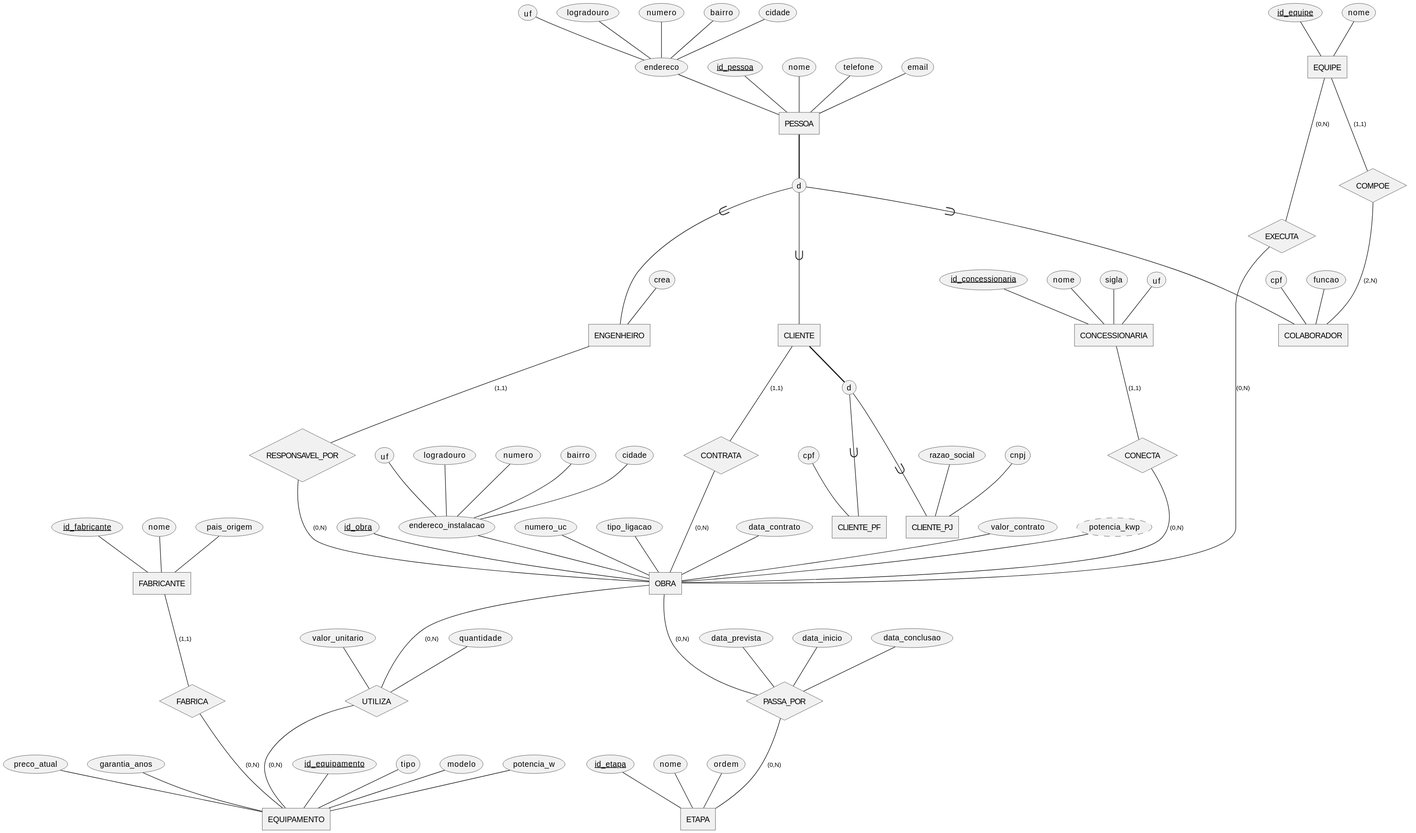
Above: documentacao/modelo_conceitual.svg in christianoeds/gestao_fotovoltaica (PlantUML), before the change.
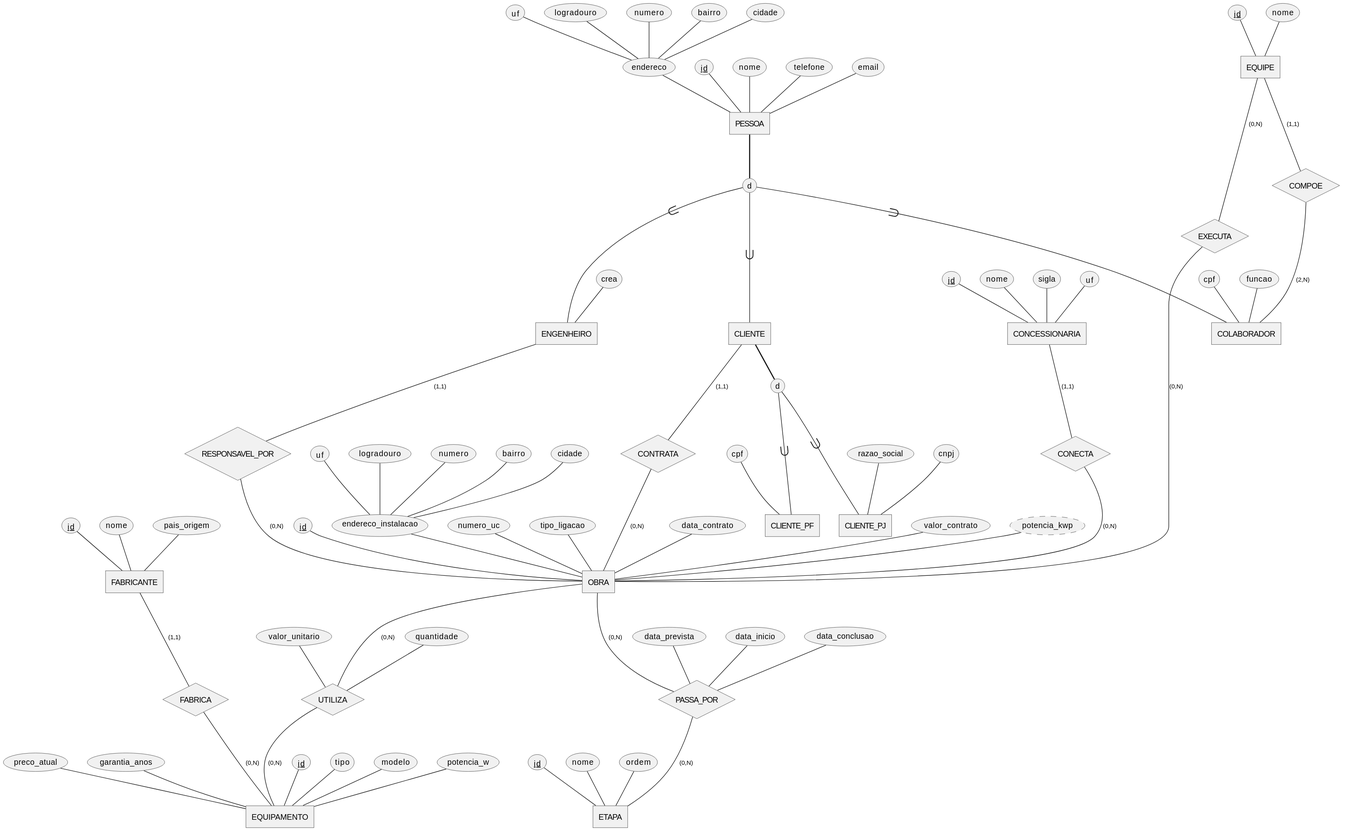
Above is the later version.

Change to the diagram source:
```diff
@@ -1,7 +1,7 @@
 @startchen modelo_conceitual
 
 entity PESSOA {
-  id_pessoa <<key>>
+  id <<key>>
   nome
   telefone
   email
@@ -36,25 +36,25 @@
 }
 
 entity CONCESSIONARIA {
-  id_concessionaria <<key>>
+  id <<key>>
   nome
   sigla
   uf
 }
 
 entity EQUIPE {
-  id_equipe <<key>>
+  id <<key>>
   nome
 }
 
 entity FABRICANTE {
-  id_fabricante <<key>>
+  id <<key>>
   nome
   pais_origem
 }
 
 entity EQUIPAMENTO {
-  id_equipamento <<key>>
+  id <<key>>
   tipo
   modelo
   potencia_w
@@ -63,13 +63,13 @@
 }
 
 entity ETAPA {
-  id_etapa <<key>>
+  id <<key>>
   nome
   ordem
 }
 
 entity OBRA {
-  id_obra <<key>>
+  id <<key>>
   numero_uc
   endereco_instalacao {
     logradouro
```
